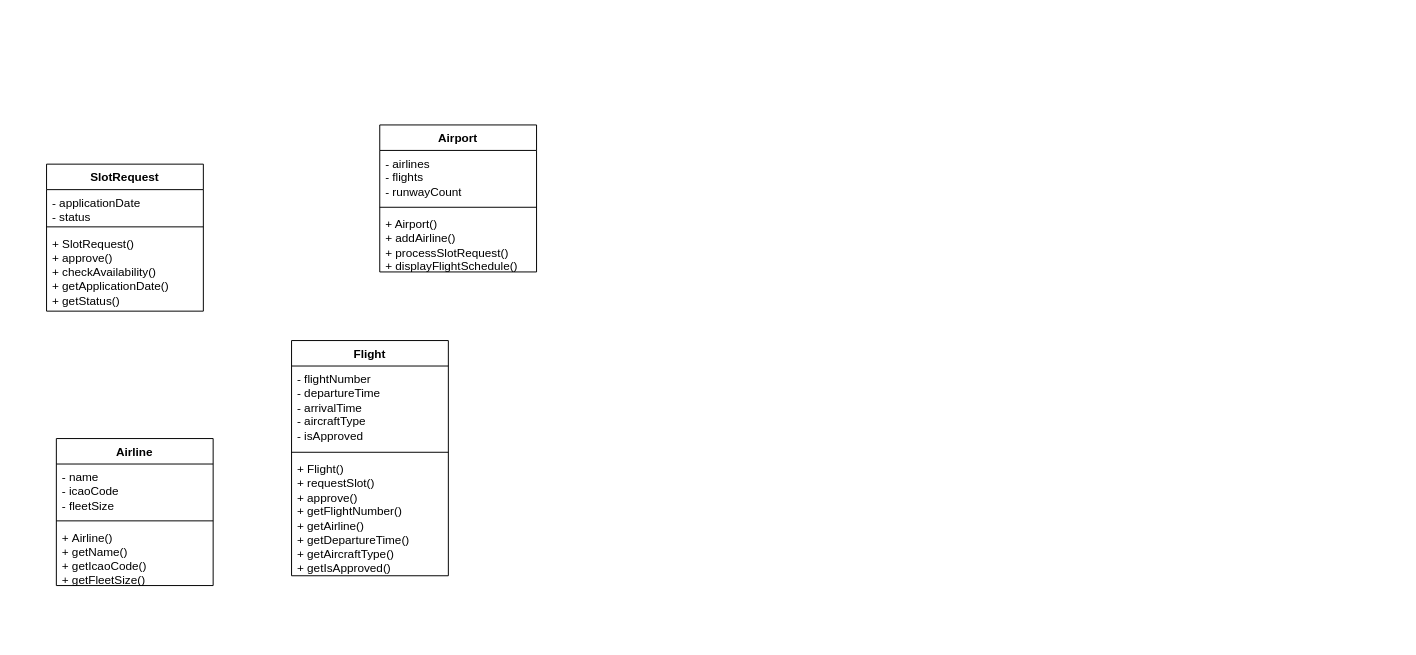
1kxri/OOP keeps this draw.io diagram as 52.drawio. Above is the earlier version. Source tidied: cells renumbered, new cells numbered last; positions are measured from the earlier drawing's top-left corner, leaving out a move shared by most shapes. Both pictures are drawn from the tidied source at 98%, with x=0, y=0 at pixel (46, 124).
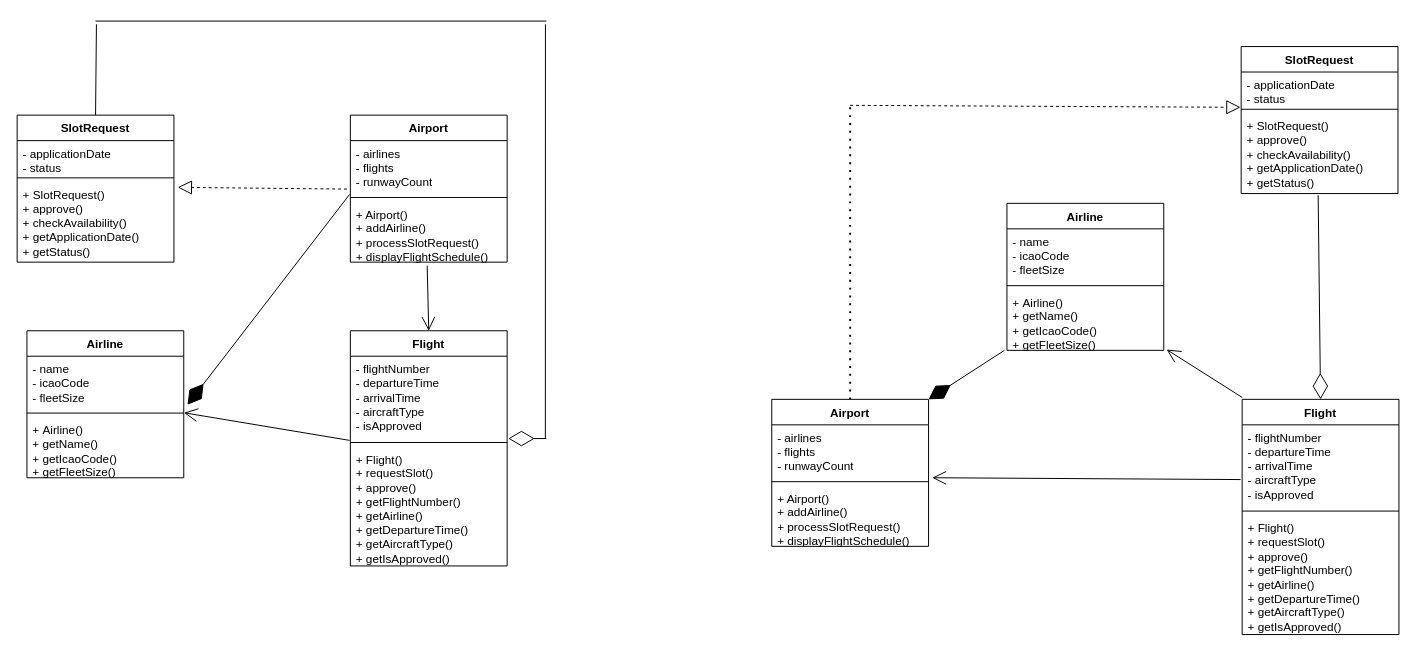
The same diagram, later.

The change refers to these unchanged cells:
```xml
<mxCell id="3" value="-&amp;nbsp;name&lt;div&gt;-&amp;nbsp;icaoCode&lt;/div&gt;&lt;div&gt;-&amp;nbsp;fleetSize&lt;br&gt;&lt;div&gt;&lt;br&gt;&lt;/div&gt;&lt;/div&gt;" style="text;strokeColor=none;fillColor=none;align=left;verticalAlign=top;spacingLeft=4;spacingRight=4;overflow=hidden;points=[[0,0.5],[1,0.5]];portConstraint=eastwest;whiteSpace=wrap;html=1;" parent="2" vertex="1">
  <mxGeometry y="26" width="160" height="54" as="geometry" />
</mxCell>
<mxCell id="7" value="-&amp;nbsp;flightNumber&lt;div&gt;-&amp;nbsp;departureTime&lt;/div&gt;&lt;div&gt;-&amp;nbsp;arrivalTime&lt;/div&gt;&lt;div&gt;-&amp;nbsp;aircraftType&lt;/div&gt;&lt;div&gt;-&amp;nbsp;isApproved&lt;/div&gt;" style="text;strokeColor=none;fillColor=none;align=left;verticalAlign=top;spacingLeft=4;spacingRight=4;overflow=hidden;points=[[0,0.5],[1,0.5]];portConstraint=eastwest;whiteSpace=wrap;html=1;" parent="6" vertex="1">
  <mxGeometry y="26" width="160" height="84" as="geometry" />
</mxCell>
<mxCell id="13" value="+ SlotRequest()&lt;div&gt;+&amp;nbsp;approve()&lt;/div&gt;&lt;div&gt;+&amp;nbsp;checkAvailability()&lt;/div&gt;&lt;div&gt;+&amp;nbsp;getApplicationDate()&lt;/div&gt;&lt;div&gt;+&amp;nbsp;getStatus()&lt;/div&gt;" style="text;strokeColor=none;fillColor=none;align=left;verticalAlign=top;spacingLeft=4;spacingRight=4;overflow=hidden;points=[[0,0.5],[1,0.5]];portConstraint=eastwest;whiteSpace=wrap;html=1;" parent="10" vertex="1">
  <mxGeometry y="68" width="160" height="82" as="geometry" />
</mxCell>
<mxCell id="15" value="-&amp;nbsp;airlines&lt;div&gt;-&amp;nbsp;flights&lt;br&gt;-&amp;nbsp;runwayCount&lt;/div&gt;" style="text;strokeColor=none;fillColor=none;align=left;verticalAlign=top;spacingLeft=4;spacingRight=4;overflow=hidden;points=[[0,0.5],[1,0.5]];portConstraint=eastwest;whiteSpace=wrap;html=1;" parent="14" vertex="1">
  <mxGeometry y="26" width="160" height="54" as="geometry" />
</mxCell>
<mxCell id="17" value="+ Airport()&lt;br&gt;+&amp;nbsp;addAirline()&lt;div&gt;+&amp;nbsp;processSlotRequest()&lt;br&gt;+&amp;nbsp;displayFlightSchedule()&lt;/div&gt;" style="text;strokeColor=none;fillColor=none;align=left;verticalAlign=top;spacingLeft=4;spacingRight=4;overflow=hidden;points=[[0,0.5],[1,0.5]];portConstraint=eastwest;whiteSpace=wrap;html=1;" parent="14" vertex="1">
  <mxGeometry y="88" width="160" height="62" as="geometry" />
</mxCell>
```

What changed in the source:
```diff
@@
     <mxCell id="2" value="Airline" style="swimlane;fontStyle=1;align=center;verticalAlign=top;horizontal=1;startSize=26;whiteSpace=wrap;html=1;" parent="1" vertex="1">
-      <mxGeometry x="10" y="320" width="160" height="150" as="geometry" />
+      <mxGeometry x="-20" y="210" width="160" height="150" as="geometry" />
     </mxCell>
@@
     <mxCell id="6" value="Flight" style="swimlane;fontStyle=1;align=center;verticalAlign=top;horizontal=1;startSize=26;whiteSpace=wrap;html=1;" parent="1" vertex="1">
-      <mxGeometry x="250" y="220" width="160" height="240" as="geometry" />
+      <mxGeometry x="310" y="210" width="160" height="240" as="geometry" />
     </mxCell>
@@
     <mxCell id="10" value="SlotRequest" style="swimlane;fontStyle=1;align=center;verticalAlign=top;horizontal=1;startSize=26;whiteSpace=wrap;html=1;" parent="1" vertex="1">
-      <mxGeometry y="40" width="160" height="150" as="geometry" />
+      <mxGeometry x="-30" y="-10" width="160" height="150" as="geometry" />
     </mxCell>
@@
     <mxCell id="14" value="Airport" style="swimlane;fontStyle=1;align=center;verticalAlign=top;horizontal=1;startSize=26;whiteSpace=wrap;html=1;" parent="1" vertex="1">
-      <mxGeometry x="340" width="160" height="150" as="geometry" />
+      <mxGeometry x="310" y="-10" width="160" height="150" as="geometry" />
     </mxCell>
@@
+    <mxCell id="18" style="endArrow=open;endFill=1;endSize=12;html=1;rounded=0;exitX=-0.005;exitY=1.022;exitDx=0;exitDy=0;exitPerimeter=0;entryX=1.001;entryY=1.068;entryDx=0;entryDy=0;entryPerimeter=0;" parent="1" edge="1" source="7" target="3">
+      <mxGeometry relative="1" as="geometry" />
+    </mxCell>
+    <mxCell id="19" style="endArrow=open;endFill=1;endSize=12;html=1;rounded=0;exitX=0.49;exitY=1.059;exitDx=0;exitDy=0;exitPerimeter=0;entryX=0.5;entryY=0;entryDx=0;entryDy=0;" parent="1" edge="1" source="17" target="6">
+      <mxGeometry relative="1" as="geometry" />
+    </mxCell>
+    <mxCell id="20" style="endArrow=diamondThin;endFill=1;endSize=24;html=1;rounded=0;exitX=-0.005;exitY=1.017;exitDx=0;exitDy=0;exitPerimeter=0;entryX=1.024;entryY=0.916;entryDx=0;entryDy=0;entryPerimeter=0;" parent="1" edge="1" source="15" target="3">
+      <mxGeometry relative="1" as="geometry" />
+    </mxCell>
+    <mxCell id="21" style="line;strokeWidth=1;fillColor=none;align=left;verticalAlign=middle;spacingTop=-1;spacingLeft=3;spacingRight=3;labelPosition=right;points=[];portConstraint=eastwest;strokeColor=inherit;" parent="1" vertex="1">
+      <mxGeometry x="50" y="-110" width="460" height="8" as="geometry" />
+    </mxCell>
+    <mxCell id="22" style="endArrow=none;html=1;rounded=0;entryX=0.002;entryY=0.911;entryDx=0;entryDy=0;entryPerimeter=0;exitX=0.5;exitY=0;exitDx=0;exitDy=0;" parent="1" edge="1" source="10" target="21">
+      <mxGeometry relative="1" as="geometry" />
+    </mxCell>
+    <mxCell id="23" style="endArrow=none;html=1;rounded=0;entryX=0.998;entryY=0.911;entryDx=0;entryDy=0;entryPerimeter=0;" parent="1" edge="1" target="21">
+      <mxGeometry relative="1" as="geometry">
+        <mxPoint x="509" y="320" as="sourcePoint" />
+      </mxGeometry>
+    </mxCell>
+    <mxCell id="24" style="endArrow=diamondThin;endFill=0;endSize=24;html=1;rounded=0;entryX=1.007;entryY=1;entryDx=0;entryDy=0;entryPerimeter=0;" parent="1" edge="1" target="7">
+      <mxGeometry relative="1" as="geometry">
+        <mxPoint x="510" y="320" as="sourcePoint" />
+      </mxGeometry>
+    </mxCell>
+    <mxCell id="25" style="endArrow=block;dashed=1;endFill=0;endSize=12;html=1;rounded=0;exitX=-0.022;exitY=0.916;exitDx=0;exitDy=0;exitPerimeter=0;entryX=1.024;entryY=0.069;entryDx=0;entryDy=0;entryPerimeter=0;" parent="1" edge="1" source="15" target="13">
+      <mxGeometry relative="1" as="geometry" />
+    </mxCell>
+    <mxCell id="26" value="Airline" style="swimlane;fontStyle=1;align=center;verticalAlign=top;horizontal=1;startSize=26;whiteSpace=wrap;html=1;" parent="1" vertex="1">
+      <mxGeometry x="980" y="80" width="160" height="150" as="geometry" />
+    </mxCell>
+    <mxCell id="27" value="-&amp;nbsp;name&lt;div&gt;-&amp;nbsp;icaoCode&lt;/div&gt;&lt;div&gt;-&amp;nbsp;fleetSize&lt;br&gt;&lt;div&gt;&lt;br&gt;&lt;/div&gt;&lt;/div&gt;" style="text;strokeColor=none;fillColor=none;align=left;verticalAlign=top;spacingLeft=4;spacingRight=4;overflow=hidden;whiteSpace=wrap;html=1;" parent="26" vertex="1">
+      <mxGeometry y="26" width="160" height="54" as="geometry" />
+    </mxCell>
+    <mxCell id="28" style="line;strokeWidth=1;fillColor=none;align=left;verticalAlign=middle;spacingTop=-1;spacingLeft=3;spacingRight=3;labelPosition=right;strokeColor=inherit;" parent="26" vertex="1">
+      <mxGeometry y="80" width="160" height="8" as="geometry" />
+    </mxCell>
+    <mxCell id="29" value="+&amp;nbsp;Airline()&lt;div&gt;+ getName()&lt;/div&gt;&lt;div&gt;+&amp;nbsp;getIcaoCode()&lt;/div&gt;&lt;div&gt;&lt;span style=&quot;background-color: transparent; color: light-dark(rgb(0, 0, 0), rgb(255, 255, 255));&quot;&gt;+ getFleetSize()&lt;/span&gt;&lt;/div&gt;" style="text;strokeColor=none;fillColor=none;align=left;verticalAlign=top;spacingLeft=4;spacingRight=4;overflow=hidden;points=[[0,0.5],[1,0.5]];portConstraint=eastwest;whiteSpace=wrap;html=1;" parent="26" vertex="1">
+      <mxGeometry y="88" width="160" height="62" as="geometry" />
+    </mxCell>
+    <mxCell id="30" value="SlotRequest" style="swimlane;fontStyle=1;align=center;verticalAlign=top;horizontal=1;startSize=26;whiteSpace=wrap;html=1;" parent="1" vertex="1">
+      <mxGeometry x="1219" y="-80" width="160" height="150" as="geometry" />
+    </mxCell>
+    <mxCell id="31" value="-&amp;nbsp;applicationDate&lt;div&gt;-&amp;nbsp;status&lt;/div&gt;" style="text;strokeColor=none;fillColor=none;align=left;verticalAlign=top;spacingLeft=4;spacingRight=4;overflow=hidden;points=[[0,0.5],[1,0.5]];portConstraint=eastwest;whiteSpace=wrap;html=1;" parent="30" vertex="1">
+      <mxGeometry y="26" width="160" height="34" as="geometry" />
+    </mxCell>
+    <mxCell id="32" style="line;strokeWidth=1;fillColor=none;align=left;verticalAlign=middle;spacingTop=-1;spacingLeft=3;spacingRight=3;labelPosition=right;strokeColor=inherit;" parent="30" vertex="1">
+      <mxGeometry y="60" width="160" height="8" as="geometry" />
+    </mxCell>
+    <mxCell id="33" value="+ SlotRequest()&lt;div&gt;+&amp;nbsp;approve()&lt;/div&gt;&lt;div&gt;+&amp;nbsp;checkAvailability()&lt;/div&gt;&lt;div&gt;+&amp;nbsp;getApplicationDate()&lt;/div&gt;&lt;div&gt;+&amp;nbsp;getStatus()&lt;/div&gt;" style="text;strokeColor=none;fillColor=none;align=left;verticalAlign=top;spacingLeft=4;spacingRight=4;overflow=hidden;points=[[0,0.5],[1,0.5]];portConstraint=eastwest;whiteSpace=wrap;html=1;" parent="30" vertex="1">
+      <mxGeometry y="68" width="160" height="82" as="geometry" />
+    </mxCell>
+    <mxCell id="34" value="Airport" style="swimlane;fontStyle=1;align=center;verticalAlign=top;horizontal=1;startSize=26;whiteSpace=wrap;html=1;" parent="1" vertex="1">
+      <mxGeometry x="740" y="280" width="160" height="150" as="geometry" />
+    </mxCell>
+    <mxCell id="35" value="-&amp;nbsp;airlines&lt;div&gt;-&amp;nbsp;flights&lt;br&gt;-&amp;nbsp;runwayCount&lt;/div&gt;" style="text;strokeColor=none;fillColor=none;align=left;verticalAlign=top;spacingLeft=4;spacingRight=4;overflow=hidden;points=[[0,0.5],[1,0.5]];portConstraint=eastwest;whiteSpace=wrap;html=1;" parent="34" vertex="1">
+      <mxGeometry y="26" width="160" height="54" as="geometry" />
+    </mxCell>
+    <mxCell id="36" style="line;strokeWidth=1;fillColor=none;align=left;verticalAlign=middle;spacingTop=-1;spacingLeft=3;spacingRight=3;labelPosition=right;strokeColor=inherit;" parent="34" vertex="1">
+      <mxGeometry y="80" width="160" height="8" as="geometry" />
+    </mxCell>
+    <mxCell id="37" value="+ Airport()&lt;br&gt;+&amp;nbsp;addAirline()&lt;div&gt;+&amp;nbsp;processSlotRequest()&lt;br&gt;+&amp;nbsp;displayFlightSchedule()&lt;/div&gt;" style="text;strokeColor=none;fillColor=none;align=left;verticalAlign=top;spacingLeft=4;spacingRight=4;overflow=hidden;whiteSpace=wrap;html=1;" parent="34" vertex="1">
+      <mxGeometry y="88" width="160" height="62" as="geometry" />
+    </mxCell>
+    <mxCell id="38" value="Flight" style="swimlane;fontStyle=1;align=center;verticalAlign=top;horizontal=1;startSize=26;whiteSpace=wrap;html=1;" parent="1" vertex="1">
+      <mxGeometry x="1220" y="280" width="160" height="240" as="geometry" />
+    </mxCell>
+    <mxCell id="39" value="-&amp;nbsp;flightNumber&lt;div&gt;-&amp;nbsp;departureTime&lt;/div&gt;&lt;div&gt;-&amp;nbsp;arrivalTime&lt;/div&gt;&lt;div&gt;-&amp;nbsp;aircraftType&lt;/div&gt;&lt;div&gt;-&amp;nbsp;isApproved&lt;/div&gt;" style="text;strokeColor=none;fillColor=none;align=left;verticalAlign=top;spacingLeft=4;spacingRight=4;overflow=hidden;points=[[0,0.5],[1,0.5]];portConstraint=eastwest;whiteSpace=wrap;html=1;" parent="38" vertex="1">
+      <mxGeometry y="26" width="160" height="84" as="geometry" />
+    </mxCell>
+    <mxCell id="40" style="line;strokeWidth=1;fillColor=none;align=left;verticalAlign=middle;spacingTop=-1;spacingLeft=3;spacingRight=3;labelPosition=right;strokeColor=inherit;" parent="38" vertex="1">
+      <mxGeometry y="110" width="160" height="8" as="geometry" />
+    </mxCell>
+    <mxCell id="41" value="+&amp;nbsp;Flight()&lt;div&gt;+&amp;nbsp;requestSlot()&lt;br&gt;+&amp;nbsp;approve()&lt;br&gt;+&amp;nbsp;getFlightNumber()&lt;br&gt;+&amp;nbsp;getAirline()&lt;br&gt;+&amp;nbsp;getDepartureTime()&lt;br&gt;+&amp;nbsp;getAircraftType()&lt;br&gt;+&amp;nbsp;getIsApproved()&lt;/div&gt;" style="text;strokeColor=none;fillColor=none;align=left;verticalAlign=top;spacingLeft=4;spacingRight=4;overflow=hidden;whiteSpace=wrap;html=1;" parent="38" vertex="1">
+      <mxGeometry y="118" width="160" height="122" as="geometry" />
+    </mxCell>
+    <mxCell id="42" style="endArrow=diamondThin;endFill=1;endSize=24;html=1;rounded=0;exitX=-0.016;exitY=1;exitDx=0;exitDy=0;exitPerimeter=0;entryX=1;entryY=0;entryDx=0;entryDy=0;" parent="1" edge="1" source="29" target="34">
+      <mxGeometry relative="1" as="geometry" />
+    </mxCell>
+    <mxCell id="43" style="endArrow=open;endFill=1;endSize=12;html=1;rounded=0;entryX=1.018;entryY=0.986;entryDx=0;entryDy=0;entryPerimeter=0;" parent="1" edge="1" target="29">
+      <mxGeometry relative="1" as="geometry">
+        <mxPoint x="1220" y="278" as="sourcePoint" />
+      </mxGeometry>
+    </mxCell>
+    <mxCell id="44" style="endArrow=none;dashed=1;html=1;dashPattern=1 3;strokeWidth=2;rounded=0;exitX=0.5;exitY=0;exitDx=0;exitDy=0;" parent="1" edge="1" source="34">
+      <mxGeometry relative="1" as="geometry">
+        <mxPoint x="820" y="-20" as="targetPoint" />
+      </mxGeometry>
+    </mxCell>
+    <mxCell id="45" style="endArrow=block;dashed=1;endFill=0;endSize=12;html=1;rounded=0;entryX=-0.004;entryY=1.059;entryDx=0;entryDy=0;entryPerimeter=0;" parent="1" edge="1" target="31">
+      <mxGeometry relative="1" as="geometry">
+        <mxPoint x="820" y="-20" as="sourcePoint" />
+      </mxGeometry>
+    </mxCell>
+    <mxCell id="46" style="endArrow=diamondThin;endFill=0;endSize=24;html=1;rounded=0;exitX=0.491;exitY=1.02;exitDx=0;exitDy=0;exitPerimeter=0;entryX=0.5;entryY=0;entryDx=0;entryDy=0;" parent="1" edge="1" source="33" target="38">
+      <mxGeometry relative="1" as="geometry" />
+    </mxCell>
+    <mxCell id="47" style="endArrow=open;endFill=1;endSize=12;html=1;rounded=0;entryX=1.024;entryY=1;entryDx=0;entryDy=0;entryPerimeter=0;exitX=-0.01;exitY=0.665;exitDx=0;exitDy=0;exitPerimeter=0;" parent="1" edge="1" source="39" target="35">
+      <mxGeometry relative="1" as="geometry" />
+    </mxCell>
```
